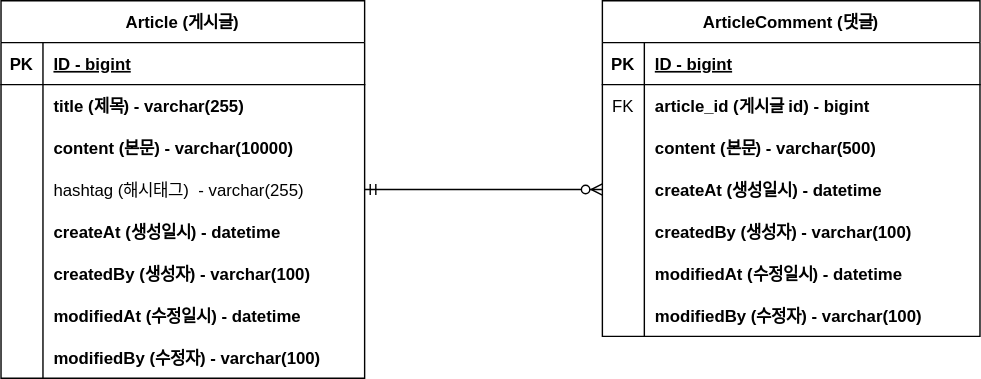
This is document/project-board-erd.svg from tjdwnsdks/project-board, a draw.io export, as it was before one commit. Source tidied: cells renumbered, new cells last; positions are measured from the earlier drawing's top-left corner, leaving out a move shared by most shapes.
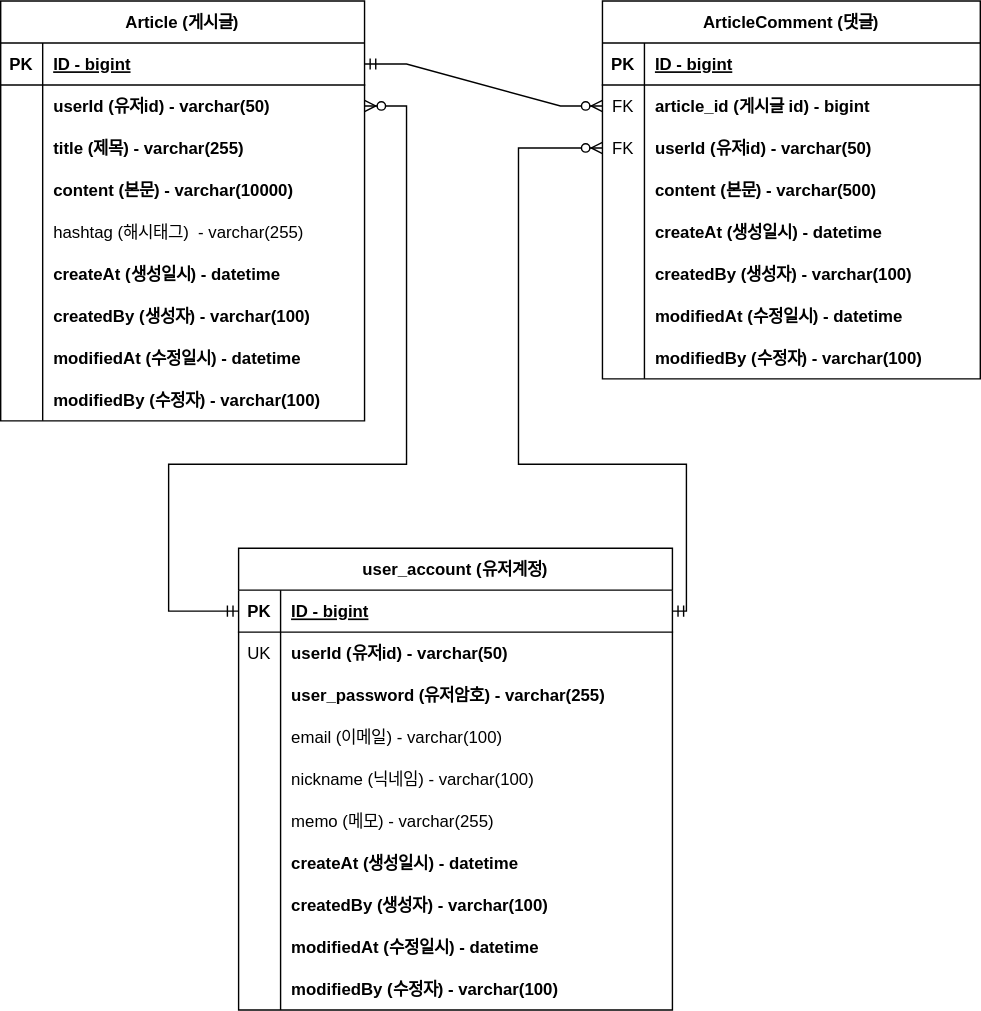
After the change.

What changed in the source:
```diff
@@ -3,7 +3,7 @@
     <mxCell id="0" />
     <mxCell id="1" parent="0" />
     <mxCell id="2" value="Article (게시글)" style="shape=table;startSize=30;rowLines=0;fontStyle=1;align=center;" parent="1" vertex="1">
-      <mxGeometry width="260" height="270" as="geometry" />
+      <mxGeometry width="260" height="300" as="geometry" />
     </mxCell>
     <mxCell id="3" style="shape=tableRow;horizontal=0;startSize=0;swimlaneHead=0;swimlaneBody=0;fillColor=none;points=[[0,0.5],[1,0.5]];portConstraint=eastwest;top=0;left=0;right=0;bottom=1;" parent="2" vertex="1">
       <mxGeometry y="30" width="260" height="30" as="geometry" />
@@ -20,11 +20,20 @@
     <mxCell id="7" style="shape=partialRectangle;fillColor=none;top=0;left=0;bottom=0;right=0;overflow=hidden;" parent="6" vertex="1">
       <mxGeometry width="30" height="30" as="geometry" />
     </mxCell>
-    <mxCell id="8" value="title (제목) - varchar(255)" style="shape=partialRectangle;fillColor=none;top=0;left=0;bottom=0;right=0;align=left;spacingLeft=6;overflow=hidden;fontStyle=1;" parent="6" vertex="1">
+    <mxCell id="8" value="userId (유저id) - varchar(50)" style="shape=partialRectangle;fillColor=none;top=0;left=0;bottom=0;right=0;align=left;spacingLeft=6;overflow=hidden;fontStyle=1;" parent="6" vertex="1">
       <mxGeometry x="30" width="230" height="30" as="geometry" />
     </mxCell>
+    <mxCell id="50" style="shape=tableRow;horizontal=0;startSize=0;swimlaneHead=0;swimlaneBody=0;fillColor=none;top=0;left=0;right=0;bottom=0;" parent="2" vertex="1">
+      <mxGeometry y="90" width="260" height="30" as="geometry" />
+    </mxCell>
+    <mxCell id="51" style="shape=partialRectangle;fillColor=none;top=0;left=0;bottom=0;right=0;overflow=hidden;" parent="50" vertex="1">
+      <mxGeometry width="30" height="30" as="geometry" />
+    </mxCell>
+    <mxCell id="52" value="title (제목) - varchar(255)" style="shape=partialRectangle;fillColor=none;top=0;left=0;bottom=0;right=0;align=left;spacingLeft=6;overflow=hidden;fontStyle=1;" parent="50" vertex="1">
+      <mxGeometry x="30" width="230" height="30" as="geometry" />
+    </mxCell>
     <mxCell id="9" style="shape=tableRow;horizontal=0;startSize=0;swimlaneHead=0;swimlaneBody=0;fillColor=none;top=0;left=0;right=0;bottom=0;" parent="2" vertex="1">
-      <mxGeometry y="90" width="260" height="30" as="geometry" />
+      <mxGeometry y="120" width="260" height="30" as="geometry" />
     </mxCell>
     <mxCell id="10" style="shape=partialRectangle;fillColor=none;top=0;left=0;bottom=0;right=0;overflow=hidden;" parent="9" vertex="1">
       <mxGeometry width="30" height="30" as="geometry" />
@@ -33,7 +42,7 @@
       <mxGeometry x="30" width="230" height="30" as="geometry" />
     </mxCell>
     <mxCell id="12" style="shape=tableRow;horizontal=0;startSize=0;swimlaneHead=0;swimlaneBody=0;fillColor=none;points=[[0,0.5],[1,0.5]];portConstraint=eastwest;top=0;left=0;right=0;bottom=0;" parent="2" vertex="1">
-      <mxGeometry y="120" width="260" height="30" as="geometry" />
+      <mxGeometry y="150" width="260" height="30" as="geometry" />
     </mxCell>
     <mxCell id="13" style="shape=partialRectangle;fillColor=none;top=0;left=0;bottom=0;right=0;overflow=hidden;" parent="12" vertex="1">
       <mxGeometry width="30" height="30" as="geometry" />
@@ -42,7 +51,7 @@
       <mxGeometry x="30" width="230" height="30" as="geometry" />
     </mxCell>
     <mxCell id="15" style="shape=tableRow;horizontal=0;startSize=0;swimlaneHead=0;swimlaneBody=0;fillColor=none;top=0;left=0;right=0;bottom=0;" parent="2" vertex="1">
-      <mxGeometry y="150" width="260" height="30" as="geometry" />
+      <mxGeometry y="180" width="260" height="30" as="geometry" />
     </mxCell>
     <mxCell id="16" style="shape=partialRectangle;fillColor=none;top=0;left=0;bottom=0;right=0;overflow=hidden;" parent="15" vertex="1">
       <mxGeometry width="30" height="30" as="geometry" />
@@ -51,7 +60,7 @@
       <mxGeometry x="30" width="230" height="30" as="geometry" />
     </mxCell>
     <mxCell id="18" style="shape=tableRow;horizontal=0;startSize=0;swimlaneHead=0;swimlaneBody=0;fillColor=none;top=0;left=0;right=0;bottom=0;" parent="2" vertex="1">
-      <mxGeometry y="180" width="260" height="30" as="geometry" />
+      <mxGeometry y="210" width="260" height="30" as="geometry" />
     </mxCell>
     <mxCell id="19" style="shape=partialRectangle;fillColor=none;top=0;left=0;bottom=0;right=0;overflow=hidden;" parent="18" vertex="1">
       <mxGeometry width="30" height="30" as="geometry" />
@@ -60,7 +69,7 @@
       <mxGeometry x="30" width="230" height="30" as="geometry" />
     </mxCell>
     <mxCell id="21" style="shape=tableRow;horizontal=0;startSize=0;swimlaneHead=0;swimlaneBody=0;fillColor=none;top=0;left=0;right=0;bottom=0;" parent="2" vertex="1">
-      <mxGeometry y="210" width="260" height="30" as="geometry" />
+      <mxGeometry y="240" width="260" height="30" as="geometry" />
     </mxCell>
     <mxCell id="22" style="shape=partialRectangle;fillColor=none;top=0;left=0;bottom=0;right=0;overflow=hidden;" parent="21" vertex="1">
       <mxGeometry width="30" height="30" as="geometry" />
@@ -69,7 +78,7 @@
       <mxGeometry x="30" width="230" height="30" as="geometry" />
     </mxCell>
     <mxCell id="24" style="shape=tableRow;horizontal=0;startSize=0;swimlaneHead=0;swimlaneBody=0;fillColor=none;top=0;left=0;right=0;bottom=0;" parent="2" vertex="1">
-      <mxGeometry y="240" width="260" height="30" as="geometry" />
+      <mxGeometry y="270" width="260" height="30" as="geometry" />
     </mxCell>
     <mxCell id="25" style="shape=partialRectangle;fillColor=none;top=0;left=0;bottom=0;right=0;overflow=hidden;" parent="24" vertex="1">
       <mxGeometry width="30" height="30" as="geometry" />
@@ -78,7 +87,7 @@
       <mxGeometry x="30" width="230" height="30" as="geometry" />
     </mxCell>
     <mxCell id="27" value="ArticleComment (댓글)" style="shape=table;startSize=30;rowLines=0;fontStyle=1;align=center;" parent="1" vertex="1">
-      <mxGeometry x="430" width="270" height="240" as="geometry" />
+      <mxGeometry x="430" width="270" height="270" as="geometry" />
     </mxCell>
     <mxCell id="28" style="shape=tableRow;horizontal=0;startSize=0;swimlaneHead=0;swimlaneBody=0;fillColor=none;top=0;left=0;right=0;bottom=1;" parent="27" vertex="1">
       <mxGeometry y="30" width="270" height="30" as="geometry" />
@@ -101,14 +110,23 @@
     <mxCell id="34" style="shape=tableRow;horizontal=0;startSize=0;swimlaneHead=0;swimlaneBody=0;fillColor=none;points=[[0,0.5],[1,0.5]];portConstraint=eastwest;top=0;left=0;right=0;bottom=0;" parent="27" vertex="1">
       <mxGeometry y="90" width="270" height="30" as="geometry" />
     </mxCell>
-    <mxCell id="35" style="shape=partialRectangle;fillColor=none;top=0;left=0;bottom=0;right=0;overflow=hidden;" parent="34" vertex="1">
+    <mxCell id="35" value="FK" style="shape=partialRectangle;fillColor=none;top=0;left=0;bottom=0;right=0;overflow=hidden;" parent="34" vertex="1">
       <mxGeometry width="30" height="30" as="geometry" />
     </mxCell>
-    <mxCell id="36" value="content (본문) - varchar(500)" style="shape=partialRectangle;fillColor=none;top=0;left=0;bottom=0;right=0;align=left;spacingLeft=6;overflow=hidden;fontStyle=1;" parent="34" vertex="1">
+    <mxCell id="36" value="userId (유저id) - varchar(50)" style="shape=partialRectangle;fillColor=none;top=0;left=0;bottom=0;right=0;align=left;spacingLeft=6;overflow=hidden;fontStyle=1;" parent="34" vertex="1">
       <mxGeometry x="30" width="240" height="30" as="geometry" />
     </mxCell>
+    <mxCell id="53" style="shape=tableRow;horizontal=0;startSize=0;swimlaneHead=0;swimlaneBody=0;fillColor=none;top=0;left=0;right=0;bottom=0;" parent="27" vertex="1">
+      <mxGeometry y="120" width="270" height="30" as="geometry" />
+    </mxCell>
+    <mxCell id="54" style="shape=partialRectangle;fillColor=none;top=0;left=0;bottom=0;right=0;overflow=hidden;" parent="53" vertex="1">
+      <mxGeometry width="30" height="30" as="geometry" />
+    </mxCell>
+    <mxCell id="55" value="content (본문) - varchar(500)" style="shape=partialRectangle;fillColor=none;top=0;left=0;bottom=0;right=0;align=left;spacingLeft=6;overflow=hidden;fontStyle=1;" parent="53" vertex="1">
+      <mxGeometry x="30" width="240" height="30" as="geometry" />
+    </mxCell>
     <mxCell id="37" style="shape=tableRow;horizontal=0;startSize=0;swimlaneHead=0;swimlaneBody=0;fillColor=none;points=[[0,0.5],[1,0.5]];portConstraint=eastwest;top=0;left=0;right=0;bottom=0;" parent="27" vertex="1">
-      <mxGeometry y="120" width="270" height="30" as="geometry" />
+      <mxGeometry y="150" width="270" height="30" as="geometry" />
     </mxCell>
     <mxCell id="38" style="shape=partialRectangle;fillColor=none;top=0;left=0;bottom=0;right=0;overflow=hidden;" parent="37" vertex="1">
       <mxGeometry width="30" height="30" as="geometry" />
@@ -117,7 +135,7 @@
       <mxGeometry x="30" width="240" height="30" as="geometry" />
     </mxCell>
     <mxCell id="40" style="shape=tableRow;horizontal=0;startSize=0;swimlaneHead=0;swimlaneBody=0;fillColor=none;top=0;left=0;right=0;bottom=0;" parent="27" vertex="1">
-      <mxGeometry y="150" width="270" height="30" as="geometry" />
+      <mxGeometry y="180" width="270" height="30" as="geometry" />
     </mxCell>
     <mxCell id="41" style="shape=partialRectangle;fillColor=none;top=0;left=0;bottom=0;right=0;overflow=hidden;" parent="40" vertex="1">
       <mxGeometry width="30" height="30" as="geometry" />
@@ -126,7 +144,7 @@
       <mxGeometry x="30" width="240" height="30" as="geometry" />
     </mxCell>
     <mxCell id="43" style="shape=tableRow;horizontal=0;startSize=0;swimlaneHead=0;swimlaneBody=0;fillColor=none;top=0;left=0;right=0;bottom=0;" parent="27" vertex="1">
-      <mxGeometry y="180" width="270" height="30" as="geometry" />
+      <mxGeometry y="210" width="270" height="30" as="geometry" />
     </mxCell>
     <mxCell id="44" style="shape=partialRectangle;fillColor=none;top=0;left=0;bottom=0;right=0;overflow=hidden;" parent="43" vertex="1">
       <mxGeometry width="30" height="30" as="geometry" />
@@ -135,7 +153,7 @@
       <mxGeometry x="30" width="240" height="30" as="geometry" />
     </mxCell>
     <mxCell id="46" style="shape=tableRow;horizontal=0;startSize=0;swimlaneHead=0;swimlaneBody=0;fillColor=none;top=0;left=0;right=0;bottom=0;" parent="27" vertex="1">
-      <mxGeometry y="210" width="270" height="30" as="geometry" />
+      <mxGeometry y="240" width="270" height="30" as="geometry" />
     </mxCell>
     <mxCell id="47" style="shape=partialRectangle;fillColor=none;top=0;left=0;bottom=0;right=0;overflow=hidden;" parent="46" vertex="1">
       <mxGeometry width="30" height="30" as="geometry" />
@@ -143,8 +161,121 @@
     <mxCell id="48" value="modifiedBy (수정자) - varchar(100)" style="shape=partialRectangle;fillColor=none;top=0;left=0;bottom=0;right=0;align=left;spacingLeft=6;overflow=hidden;fontStyle=1;" parent="46" vertex="1">
       <mxGeometry x="30" width="240" height="30" as="geometry" />
     </mxCell>
-    <mxCell id="49" style="edgeStyle=entityRelationEdgeStyle;fontSize=12;html=1;endArrow=ERzeroToMany;startArrow=ERmandOne;rounded=0;exitX=1;exitY=0.5;exitDx=0;exitDy=0;entryX=0;entryY=0.5;entryDx=0;entryDy=0;" parent="1" edge="1" source="12" target="37">
+    <mxCell id="49" style="edgeStyle=entityRelationEdgeStyle;fontSize=12;html=1;endArrow=ERzeroToMany;startArrow=ERmandOne;rounded=0;exitX=1;exitY=0.5;exitDx=0;exitDy=0;entryX=0;entryY=0.5;entryDx=0;entryDy=0;" parent="1" edge="1" source="3" target="31">
       <mxGeometry relative="1" as="geometry" />
     </mxCell>
+    <mxCell id="56" value="user_account (유저계정)" style="shape=table;startSize=30;rowLines=0;fontStyle=1;align=center;" parent="1" vertex="1">
+      <mxGeometry x="170" y="391" width="310" height="330" as="geometry" />
+    </mxCell>
+    <mxCell id="57" style="shape=tableRow;horizontal=0;startSize=0;swimlaneHead=0;swimlaneBody=0;fillColor=none;points=[[0,0.5],[1,0.5]];portConstraint=eastwest;top=0;left=0;right=0;bottom=1;" parent="56" vertex="1">
+      <mxGeometry y="30" width="310" height="30" as="geometry" />
+    </mxCell>
+    <mxCell id="58" value="PK" style="shape=partialRectangle;fillColor=none;top=0;left=0;bottom=0;right=0;fontStyle=1;overflow=hidden;" parent="57" vertex="1">
+      <mxGeometry width="30" height="30" as="geometry" />
+    </mxCell>
+    <mxCell id="59" value="ID - bigint" style="shape=partialRectangle;fillColor=none;top=0;left=0;bottom=0;right=0;align=left;spacingLeft=6;fontStyle=5;overflow=hidden;" parent="57" vertex="1">
+      <mxGeometry x="30" width="280" height="30" as="geometry" />
+    </mxCell>
+    <mxCell id="60" style="shape=tableRow;horizontal=0;startSize=0;swimlaneHead=0;swimlaneBody=0;fillColor=none;top=0;left=0;right=0;bottom=0;" parent="56" vertex="1">
+      <mxGeometry y="60" width="310" height="30" as="geometry" />
+    </mxCell>
+    <mxCell id="61" value="UK" style="shape=partialRectangle;fillColor=none;top=0;left=0;bottom=0;right=0;overflow=hidden;" parent="60" vertex="1">
+      <mxGeometry width="30" height="30" as="geometry" />
+    </mxCell>
+    <mxCell id="62" value="userId (유저id) - varchar(50)" style="shape=partialRectangle;fillColor=none;top=0;left=0;bottom=0;right=0;align=left;spacingLeft=6;overflow=hidden;fontStyle=1;" parent="60" vertex="1">
+      <mxGeometry x="30" width="280" height="30" as="geometry" />
+    </mxCell>
+    <mxCell id="63" style="shape=tableRow;horizontal=0;startSize=0;swimlaneHead=0;swimlaneBody=0;fillColor=none;top=0;left=0;right=0;bottom=0;" parent="56" vertex="1">
+      <mxGeometry y="90" width="310" height="30" as="geometry" />
+    </mxCell>
+    <mxCell id="64" style="shape=partialRectangle;fillColor=none;top=0;left=0;bottom=0;right=0;overflow=hidden;" parent="63" vertex="1">
+      <mxGeometry width="30" height="30" as="geometry" />
+    </mxCell>
+    <mxCell id="65" value="user_password (유저암호) - varchar(255)" style="shape=partialRectangle;fillColor=none;top=0;left=0;bottom=0;right=0;align=left;spacingLeft=6;overflow=hidden;fontStyle=1;" parent="63" vertex="1">
+      <mxGeometry x="30" width="280" height="30" as="geometry" />
+    </mxCell>
+    <mxCell id="66" style="shape=tableRow;horizontal=0;startSize=0;swimlaneHead=0;swimlaneBody=0;fillColor=none;top=0;left=0;right=0;bottom=0;" parent="56" vertex="1">
+      <mxGeometry y="120" width="310" height="30" as="geometry" />
+    </mxCell>
+    <mxCell id="67" style="shape=partialRectangle;fillColor=none;top=0;left=0;bottom=0;right=0;overflow=hidden;" parent="66" vertex="1">
+      <mxGeometry width="30" height="30" as="geometry" />
+    </mxCell>
+    <mxCell id="68" value="email (이메일) - varchar(100)" style="shape=partialRectangle;fillColor=none;top=0;left=0;bottom=0;right=0;align=left;spacingLeft=6;overflow=hidden;" parent="66" vertex="1">
+      <mxGeometry x="30" width="280" height="30" as="geometry" />
+    </mxCell>
+    <mxCell id="69" style="shape=tableRow;horizontal=0;startSize=0;swimlaneHead=0;swimlaneBody=0;fillColor=none;top=0;left=0;right=0;bottom=0;" parent="56" vertex="1">
+      <mxGeometry y="150" width="310" height="30" as="geometry" />
+    </mxCell>
+    <mxCell id="70" style="shape=partialRectangle;fillColor=none;top=0;left=0;bottom=0;right=0;overflow=hidden;" parent="69" vertex="1">
+      <mxGeometry width="30" height="30" as="geometry" />
+    </mxCell>
+    <mxCell id="71" value="nickname (닉네임) - varchar(100)" style="shape=partialRectangle;fillColor=none;top=0;left=0;bottom=0;right=0;align=left;spacingLeft=6;overflow=hidden;" parent="69" vertex="1">
+      <mxGeometry x="30" width="280" height="30" as="geometry" />
+    </mxCell>
+    <mxCell id="72" style="shape=tableRow;horizontal=0;startSize=0;swimlaneHead=0;swimlaneBody=0;fillColor=none;top=0;left=0;right=0;bottom=0;" parent="56" vertex="1">
+      <mxGeometry y="180" width="310" height="30" as="geometry" />
+    </mxCell>
+    <mxCell id="73" style="shape=partialRectangle;fillColor=none;top=0;left=0;bottom=0;right=0;overflow=hidden;" parent="72" vertex="1">
+      <mxGeometry width="30" height="30" as="geometry" />
+    </mxCell>
+    <mxCell id="74" value="memo (메모) - varchar(255)" style="shape=partialRectangle;fillColor=none;top=0;left=0;bottom=0;right=0;align=left;spacingLeft=6;overflow=hidden;" parent="72" vertex="1">
+      <mxGeometry x="30" width="280" height="30" as="geometry" />
+    </mxCell>
+    <mxCell id="75" style="shape=tableRow;horizontal=0;startSize=0;swimlaneHead=0;swimlaneBody=0;fillColor=none;top=0;left=0;right=0;bottom=0;" parent="56" vertex="1">
+      <mxGeometry y="210" width="310" height="30" as="geometry" />
+    </mxCell>
+    <mxCell id="76" style="shape=partialRectangle;fillColor=none;top=0;left=0;bottom=0;right=0;overflow=hidden;" parent="75" vertex="1">
+      <mxGeometry width="30" height="30" as="geometry" />
+    </mxCell>
+    <mxCell id="77" value="createAt (생성일시) - datetime" style="shape=partialRectangle;fillColor=none;top=0;left=0;bottom=0;right=0;align=left;spacingLeft=6;overflow=hidden;fontStyle=1;" parent="75" vertex="1">
+      <mxGeometry x="30" width="280" height="30" as="geometry" />
+    </mxCell>
+    <mxCell id="78" style="shape=tableRow;horizontal=0;startSize=0;swimlaneHead=0;swimlaneBody=0;fillColor=none;top=0;left=0;right=0;bottom=0;" parent="56" vertex="1">
+      <mxGeometry y="240" width="310" height="30" as="geometry" />
+    </mxCell>
+    <mxCell id="79" style="shape=partialRectangle;fillColor=none;top=0;left=0;bottom=0;right=0;overflow=hidden;" parent="78" vertex="1">
+      <mxGeometry width="30" height="30" as="geometry" />
+    </mxCell>
+    <mxCell id="80" value="createdBy (생성자) - varchar(100)" style="shape=partialRectangle;fillColor=none;top=0;left=0;bottom=0;right=0;align=left;spacingLeft=6;overflow=hidden;fontStyle=1;" parent="78" vertex="1">
+      <mxGeometry x="30" width="280" height="30" as="geometry" />
+    </mxCell>
+    <mxCell id="81" style="shape=tableRow;horizontal=0;startSize=0;swimlaneHead=0;swimlaneBody=0;fillColor=none;top=0;left=0;right=0;bottom=0;" parent="56" vertex="1">
+      <mxGeometry y="270" width="310" height="30" as="geometry" />
+    </mxCell>
+    <mxCell id="82" style="shape=partialRectangle;fillColor=none;top=0;left=0;bottom=0;right=0;overflow=hidden;" parent="81" vertex="1">
+      <mxGeometry width="30" height="30" as="geometry" />
+    </mxCell>
+    <mxCell id="83" value="modifiedAt (수정일시) - datetime" style="shape=partialRectangle;fillColor=none;top=0;left=0;bottom=0;right=0;align=left;spacingLeft=6;overflow=hidden;fontStyle=1;" parent="81" vertex="1">
+      <mxGeometry x="30" width="280" height="30" as="geometry" />
+    </mxCell>
+    <mxCell id="84" style="shape=tableRow;horizontal=0;startSize=0;swimlaneHead=0;swimlaneBody=0;fillColor=none;top=0;left=0;right=0;bottom=0;" parent="56" vertex="1">
+      <mxGeometry y="300" width="310" height="30" as="geometry" />
+    </mxCell>
+    <mxCell id="85" style="shape=partialRectangle;fillColor=none;top=0;left=0;bottom=0;right=0;overflow=hidden;" parent="84" vertex="1">
+      <mxGeometry width="30" height="30" as="geometry" />
+    </mxCell>
+    <mxCell id="86" value="modifiedBy (수정자) - varchar(100)" style="shape=partialRectangle;fillColor=none;top=0;left=0;bottom=0;right=0;align=left;spacingLeft=6;overflow=hidden;fontStyle=1;" parent="84" vertex="1">
+      <mxGeometry x="30" width="280" height="30" as="geometry" />
+    </mxCell>
+    <mxCell id="87" style="edgeStyle=orthogonalEdgeStyle;fontSize=12;html=1;endArrow=ERzeroToMany;startArrow=ERmandOne;entryX=1;entryY=0.5;entryDx=0;entryDy=0;exitX=0;exitY=0.5;exitDx=0;exitDy=0;strokeColor=default;rounded=0;" parent="1" edge="1" source="57" target="6">
+      <mxGeometry relative="1" as="geometry">
+        <Array as="points">
+          <mxPoint x="120" y="436" />
+          <mxPoint x="120" y="331" />
+          <mxPoint x="290" y="331" />
+          <mxPoint x="290" y="75" />
+        </Array>
+      </mxGeometry>
+    </mxCell>
+    <mxCell id="88" style="edgeStyle=orthogonalEdgeStyle;fontSize=12;html=1;endArrow=ERzeroToMany;startArrow=ERmandOne;rounded=0;strokeColor=default;exitX=1;exitY=0.5;exitDx=0;exitDy=0;entryX=0;entryY=0.5;entryDx=0;entryDy=0;" parent="1" edge="1" source="57" target="34">
+      <mxGeometry relative="1" as="geometry">
+        <Array as="points">
+          <mxPoint x="490" y="436" />
+          <mxPoint x="490" y="331" />
+          <mxPoint x="370" y="331" />
+          <mxPoint x="370" y="105" />
+        </Array>
+      </mxGeometry>
+    </mxCell>
   </root>
 </mxGraphModel>
```
